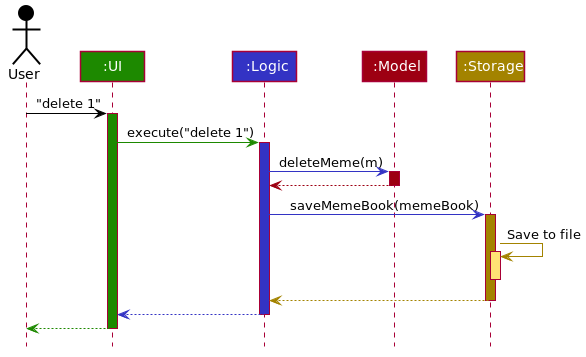
Before: docs/images/ArchitectureSequenceDiagram.png, a diagram exported from PlantUML (nus-cs2103-AY1920S1/addressbook-level3).
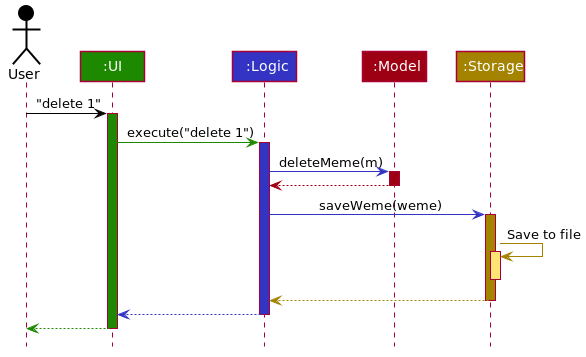
The same file after the commit.

What changed in the source:
```diff
@@ -66,7 +66,7 @@
 model -[#9D0012]-> logic
 deactivate model
 
-logic -[#3333C4]> storage : saveMemeBook(memeBook)
+logic -[#3333C4]> storage : saveWeme(weme)
 activate storage #A38300
 
 storage -[#A38300]> storage : Save to file
```
